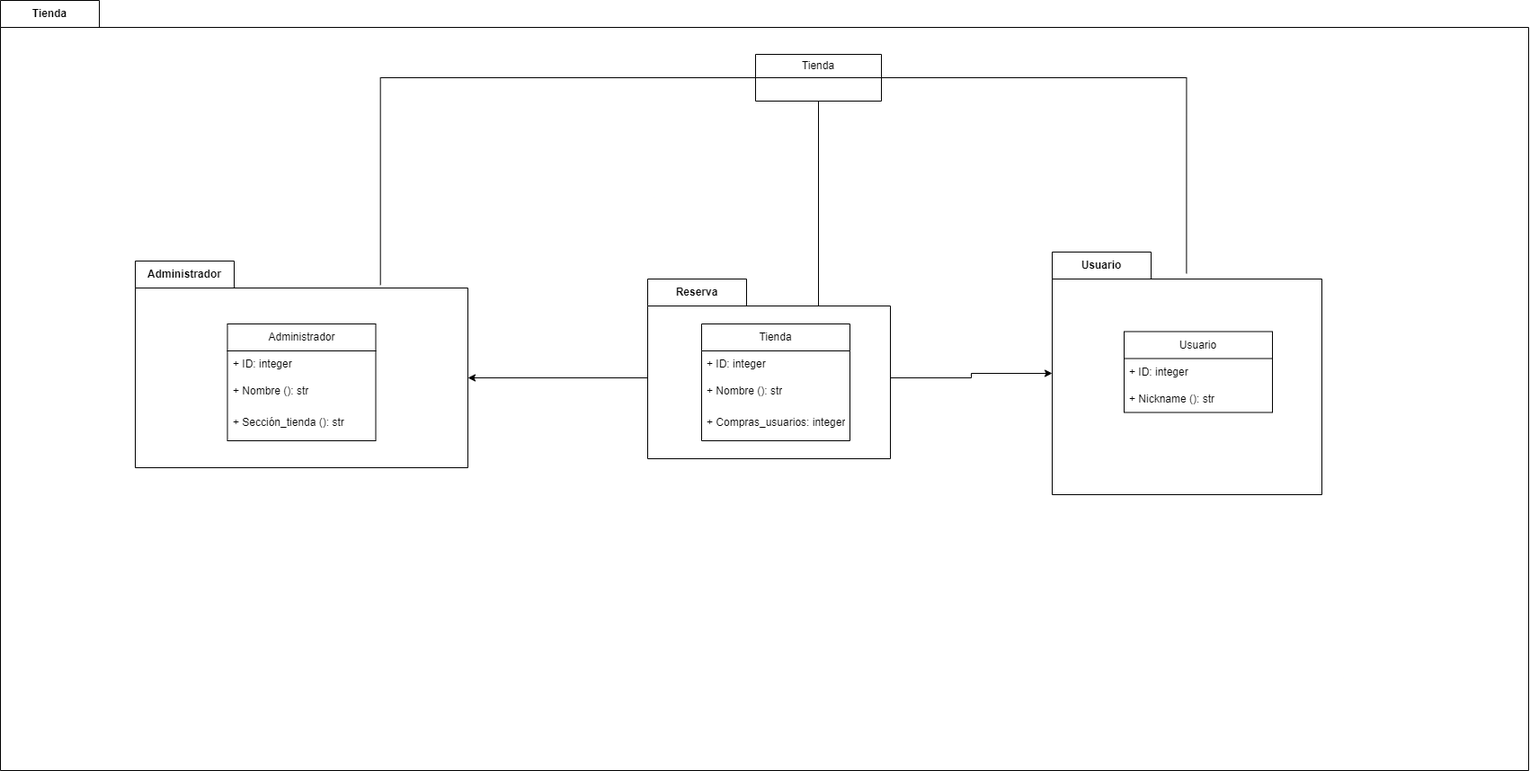
Above: Diagramas_Paquetes/diagrama-paquetes-tienda.drawio.png in jpprguezz/ETS (draw.io), before the change. Source tidied: cells renumbered, new cells last; positions are measured from the earlier drawing's top-left corner, leaving out a move shared by most shapes. The source it was exported from:
```xml
<mxGraphModel>
  <root>
    <mxCell id="0" />
    <mxCell id="1" parent="0" />
    <mxCell id="2" value="Tienda" style="shape=folder;fontStyle=1;tabWidth=110;tabHeight=30;tabPosition=left;html=1;boundedLbl=1;labelInHeader=1;whiteSpace=wrap;" parent="1" vertex="1">
      <mxGeometry width="1700" height="857" as="geometry" />
    </mxCell>
    <mxCell id="3" value="Administrador" style="shape=folder;fontStyle=1;tabWidth=110;tabHeight=30;tabPosition=left;html=1;boundedLbl=1;labelInHeader=1;whiteSpace=wrap;" parent="2" vertex="1">
      <mxGeometry x="150" y="290" width="370" height="230" as="geometry" />
    </mxCell>
    <mxCell id="4" value="Administrador" style="swimlane;fontStyle=0;horizontal=1;startSize=30;whiteSpace=wrap;html=1;" parent="3" vertex="1">
      <mxGeometry x="102.5" y="70" width="165" height="130" as="geometry" />
    </mxCell>
    <mxCell id="5" value="+ ID: integer" style="text;strokeColor=none;fillColor=none;align=left;verticalAlign=middle;spacingLeft=4;spacingRight=4;overflow=hidden;whiteSpace=wrap;html=1;" parent="4" vertex="1">
      <mxGeometry y="30" width="165" height="30" as="geometry" />
    </mxCell>
    <mxCell id="6" value="&lt;div&gt;+ Nombre (): str&lt;/div&gt;" style="text;strokeColor=none;fillColor=none;align=left;verticalAlign=middle;spacingLeft=4;spacingRight=4;overflow=hidden;whiteSpace=wrap;html=1;" parent="4" vertex="1">
      <mxGeometry y="60" width="165" height="30" as="geometry" />
    </mxCell>
    <mxCell id="7" value="+ Sección_tienda (): str" style="text;strokeColor=none;fillColor=none;align=left;verticalAlign=middle;spacingLeft=4;spacingRight=4;overflow=hidden;whiteSpace=wrap;html=1;" parent="4" vertex="1">
      <mxGeometry y="90" width="165" height="40" as="geometry" />
    </mxCell>
    <mxCell id="8" value="Tienda" style="swimlane;fontStyle=0;horizontal=1;startSize=26;fillColor=none;whiteSpace=wrap;html=1;" parent="2" vertex="1">
      <mxGeometry x="840" y="60" width="140" height="52" as="geometry" />
    </mxCell>
    <mxCell id="9" style="edgeStyle=orthogonalEdgeStyle;rounded=0;jettySize=auto;html=1;exitX=0;exitY=0;exitDx=270;exitDy=110;exitPerimeter=0;" parent="2" edge="1" source="10" target="15">
      <mxGeometry relative="1" as="geometry" />
    </mxCell>
    <mxCell id="10" value="Reserva" style="shape=folder;fontStyle=1;tabWidth=110;tabHeight=30;tabPosition=left;html=1;boundedLbl=1;labelInHeader=1;whiteSpace=wrap;" parent="2" vertex="1">
      <mxGeometry x="720" y="310" width="270" height="200" as="geometry" />
    </mxCell>
    <mxCell id="11" value="Tienda" style="swimlane;fontStyle=0;horizontal=1;startSize=30;whiteSpace=wrap;html=1;" parent="10" vertex="1">
      <mxGeometry x="60" y="50" width="165" height="130" as="geometry" />
    </mxCell>
    <mxCell id="12" value="+ ID: integer" style="text;strokeColor=none;fillColor=none;align=left;verticalAlign=middle;spacingLeft=4;spacingRight=4;overflow=hidden;whiteSpace=wrap;html=1;" parent="11" vertex="1">
      <mxGeometry y="30" width="165" height="30" as="geometry" />
    </mxCell>
    <mxCell id="13" value="&lt;div&gt;+ Nombre (): str&lt;/div&gt;" style="text;strokeColor=none;fillColor=none;align=left;verticalAlign=middle;spacingLeft=4;spacingRight=4;overflow=hidden;whiteSpace=wrap;html=1;" parent="11" vertex="1">
      <mxGeometry y="60" width="165" height="30" as="geometry" />
    </mxCell>
    <mxCell id="14" value="+ Compras_usuarios: integer" style="text;strokeColor=none;fillColor=none;align=left;verticalAlign=middle;spacingLeft=4;spacingRight=4;overflow=hidden;whiteSpace=wrap;html=1;" parent="11" vertex="1">
      <mxGeometry y="90" width="165" height="40" as="geometry" />
    </mxCell>
    <mxCell id="15" value="Usuario" style="shape=folder;fontStyle=1;tabWidth=110;tabHeight=30;tabPosition=left;html=1;boundedLbl=1;labelInHeader=1;whiteSpace=wrap;" parent="2" vertex="1">
      <mxGeometry x="1170" y="280" width="300" height="270" as="geometry" />
    </mxCell>
    <mxCell id="16" value="Usuario" style="swimlane;fontStyle=0;horizontal=1;startSize=30;whiteSpace=wrap;html=1;" parent="15" vertex="1">
      <mxGeometry x="80" y="88.5" width="165" height="90" as="geometry" />
    </mxCell>
    <mxCell id="17" value="+ ID: integer" style="text;strokeColor=none;fillColor=none;align=left;verticalAlign=middle;spacingLeft=4;spacingRight=4;overflow=hidden;whiteSpace=wrap;html=1;" parent="16" vertex="1">
      <mxGeometry y="30" width="165" height="30" as="geometry" />
    </mxCell>
    <mxCell id="18" value="&lt;div&gt;+ Nickname (): str&lt;/div&gt;" style="text;strokeColor=none;fillColor=none;align=left;verticalAlign=middle;spacingLeft=4;spacingRight=4;overflow=hidden;whiteSpace=wrap;html=1;" parent="16" vertex="1">
      <mxGeometry y="60" width="165" height="30" as="geometry" />
    </mxCell>
    <mxCell id="19" style="edgeStyle=orthogonalEdgeStyle;rounded=0;jettySize=auto;html=1;exitX=0;exitY=0;exitDx=0;exitDy=110;exitPerimeter=0;entryX=0;entryY=0;entryDx=370;entryDy=130;entryPerimeter=0;" parent="2" edge="1" source="10" target="3">
      <mxGeometry relative="1" as="geometry" />
    </mxCell>
    <mxCell id="20" style="endArrow=none;html=1;rounded=0;entryX=0;entryY=0;entryDx=190;entryDy=30;entryPerimeter=0;endFill=0;" parent="2" edge="1" target="10">
      <mxGeometry relative="1" as="geometry">
        <mxPoint x="910" y="112" as="sourcePoint" />
      </mxGeometry>
    </mxCell>
    <mxCell id="21" style="edgeStyle=orthogonalEdgeStyle;rounded=0;jettySize=auto;html=1;exitX=0;exitY=0.5;exitDx=0;exitDy=0;entryX=0.737;entryY=0.116;entryDx=0;entryDy=0;entryPerimeter=0;endArrow=none;endFill=0;" parent="2" edge="1" source="8" target="3">
      <mxGeometry relative="1" as="geometry" />
    </mxCell>
    <mxCell id="22" style="edgeStyle=orthogonalEdgeStyle;rounded=0;jettySize=auto;html=1;exitX=1;exitY=0.5;exitDx=0;exitDy=0;entryX=0.498;entryY=0.088;entryDx=0;entryDy=0;entryPerimeter=0;endArrow=none;endFill=0;" parent="2" edge="1" source="8" target="15">
      <mxGeometry relative="1" as="geometry" />
    </mxCell>
  </root>
</mxGraphModel>
```
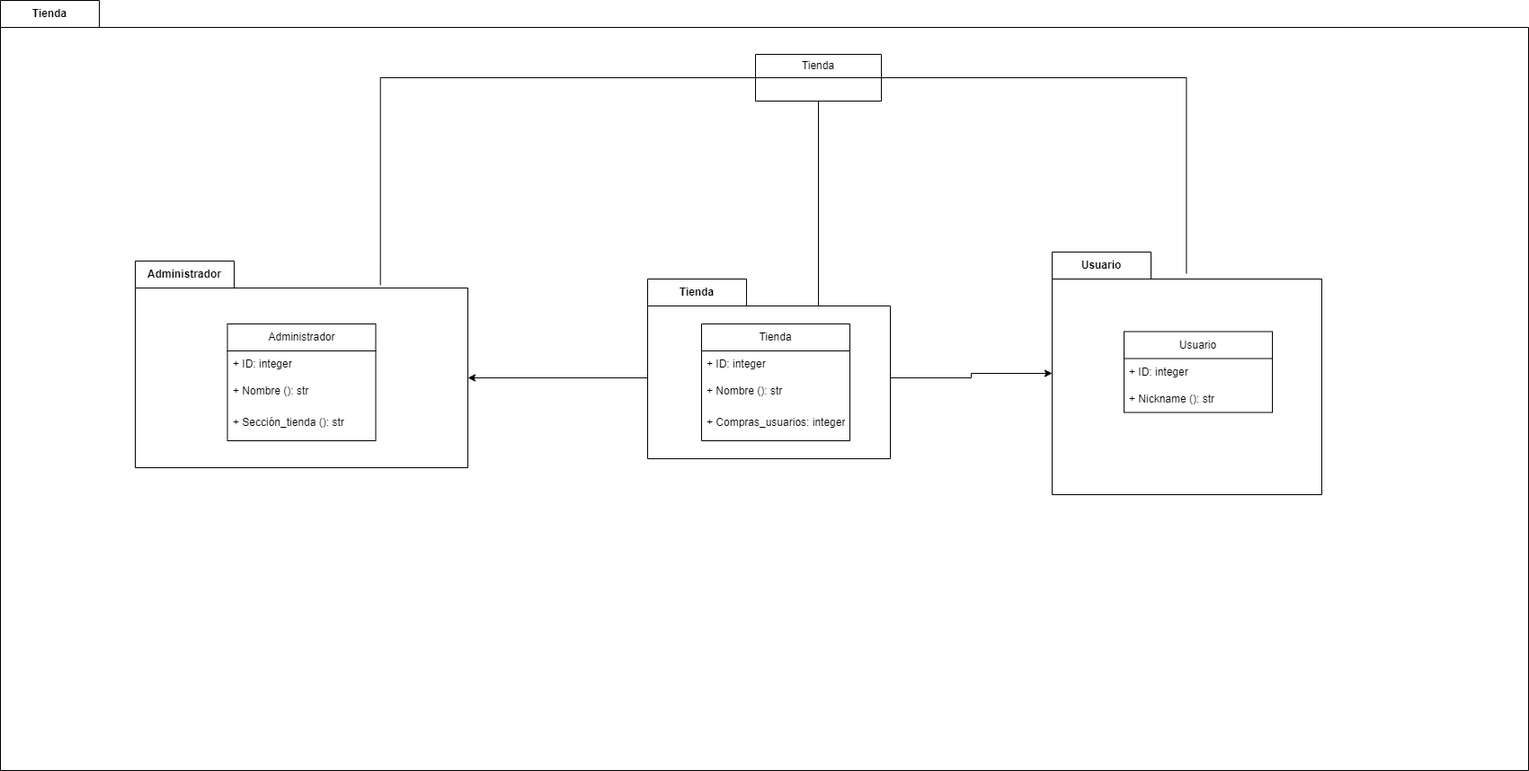
After the change.

The edit, as a diff of the source:
```diff
@@ -26,7 +26,7 @@
     <mxCell id="9" style="edgeStyle=orthogonalEdgeStyle;rounded=0;jettySize=auto;html=1;exitX=0;exitY=0;exitDx=270;exitDy=110;exitPerimeter=0;" parent="2" edge="1" source="10" target="15">
       <mxGeometry relative="1" as="geometry" />
     </mxCell>
-    <mxCell id="10" value="Reserva" style="shape=folder;fontStyle=1;tabWidth=110;tabHeight=30;tabPosition=left;html=1;boundedLbl=1;labelInHeader=1;whiteSpace=wrap;" parent="2" vertex="1">
+    <mxCell id="10" value="Tienda" style="shape=folder;fontStyle=1;tabWidth=110;tabHeight=30;tabPosition=left;html=1;boundedLbl=1;labelInHeader=1;whiteSpace=wrap;" parent="2" vertex="1">
       <mxGeometry x="720" y="310" width="270" height="200" as="geometry" />
     </mxCell>
     <mxCell id="11" value="Tienda" style="swimlane;fontStyle=0;horizontal=1;startSize=30;whiteSpace=wrap;html=1;" parent="10" vertex="1">
```
